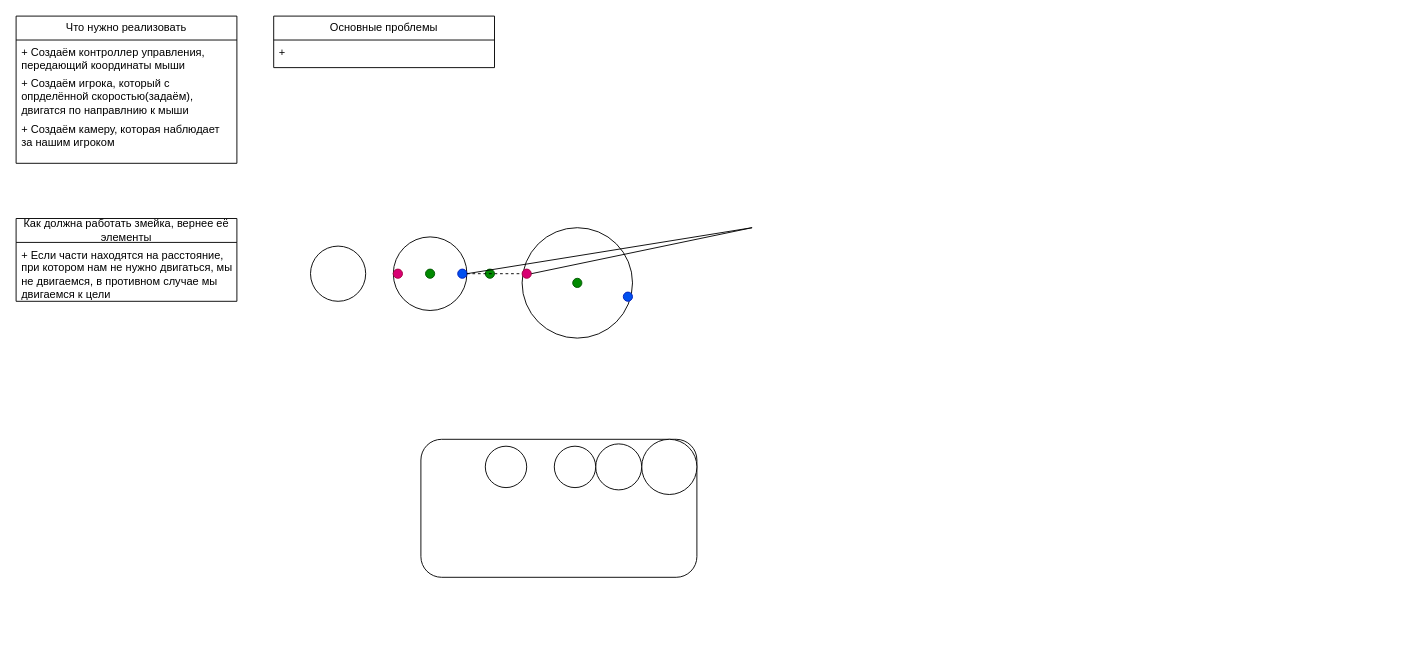
The draw.io diagram SnakeIOWithBall2048.drawio in Bablakov/SnakeIOWithBall2048, before the edit. Source tidied: cells renumbered, new cells numbered last; positions are measured from the earlier drawing's top-left corner, leaving out a move shared by most shapes. Both pictures are drawn from the tidied source at 92%, with x=0, y=0 at pixel (16, 16).
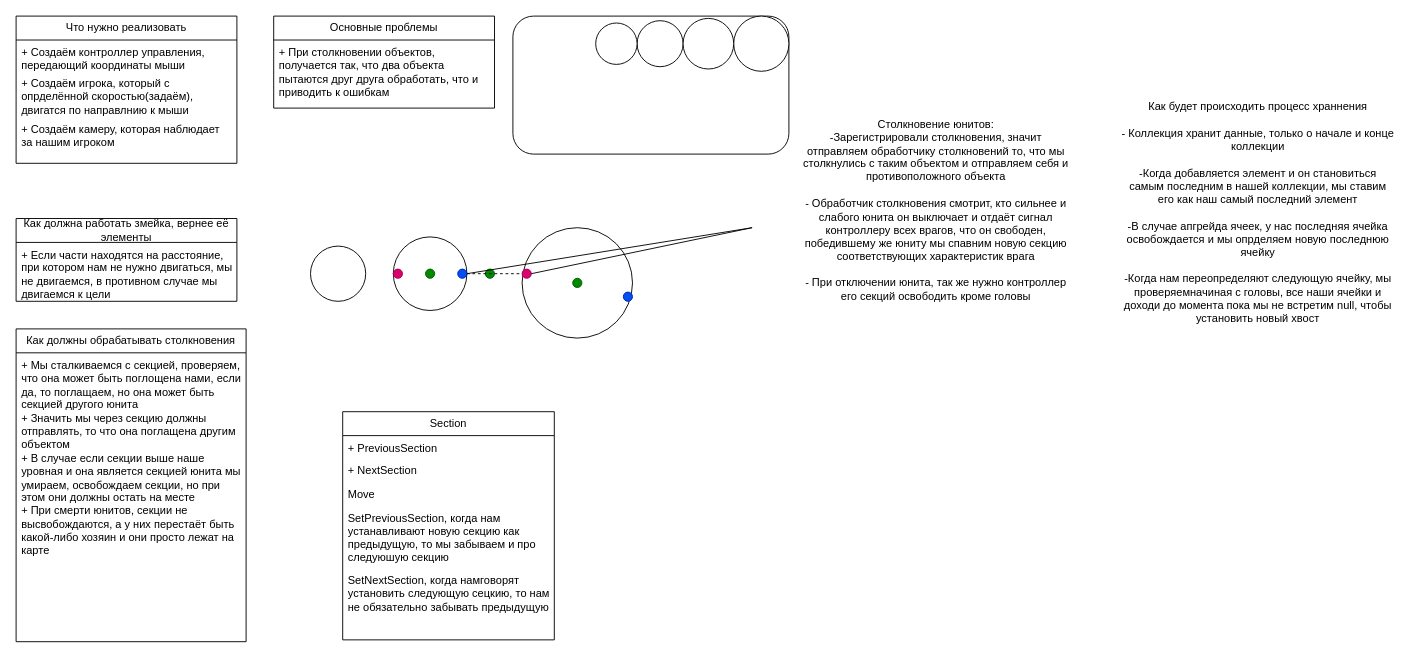
Above is the later version.

The edit, as a diff of the source:
```diff
@@
     <mxCell id="6" value="Основные проблемы" style="swimlane;fontStyle=0;horizontal=1;startSize=26;fillColor=none;whiteSpace=wrap;html=1;" parent="1" vertex="1">
-      <mxGeometry x="280" width="240" height="56" as="geometry" />
+      <mxGeometry x="280" width="240" height="100" as="geometry" />
     </mxCell>
-    <mxCell id="7" value="+" style="text;strokeColor=none;fillColor=none;align=left;verticalAlign=top;spacingLeft=4;spacingRight=4;overflow=hidden;whiteSpace=wrap;html=1;" parent="6" vertex="1">
-      <mxGeometry y="26" width="240" height="30" as="geometry" />
+    <mxCell id="7" value="+ При столкновении объектов, получается так, что два объекта пытаются друг друга обработать, что и приводить к ошибкам" style="text;strokeColor=none;fillColor=none;align=left;verticalAlign=top;spacingLeft=4;spacingRight=4;overflow=hidden;whiteSpace=wrap;html=1;" parent="6" vertex="1">
+      <mxGeometry y="26" width="240" height="74" as="geometry" />
     </mxCell>
@@
     <mxCell id="23" style="rounded=1;whiteSpace=wrap;html=1;" parent="1" vertex="1">
-      <mxGeometry x="440" y="460" width="300" height="150" as="geometry" />
+      <mxGeometry x="540" width="300" height="150" as="geometry" />
     </mxCell>
     <mxCell id="24" style="ellipse;whiteSpace=wrap;html=1;" parent="1" vertex="1">
-      <mxGeometry x="680" y="460" width="60" height="60" as="geometry" />
+      <mxGeometry x="780" width="60" height="60" as="geometry" />
     </mxCell>
     <mxCell id="25" style="ellipse;whiteSpace=wrap;html=1;" parent="1" vertex="1">
-      <mxGeometry x="630" y="465" width="50" height="50" as="geometry" />
+      <mxGeometry x="675" y="5" width="50" height="50" as="geometry" />
     </mxCell>
     <mxCell id="26" style="ellipse;whiteSpace=wrap;html=1;" parent="1" vertex="1">
-      <mxGeometry x="510" y="467.5" width="45" height="45" as="geometry" />
+      <mxGeometry x="725" y="2.5" width="55" height="55" as="geometry" />
     </mxCell>
     <mxCell id="27" style="ellipse;whiteSpace=wrap;html=1;" parent="1" vertex="1">
-      <mxGeometry x="585" y="467.5" width="45" height="45" as="geometry" />
+      <mxGeometry x="630" y="7.5" width="45" height="45" as="geometry" />
     </mxCell>
+    <mxCell id="28" value="Как должны обрабатывать столкновения" style="swimlane;fontStyle=0;horizontal=1;startSize=26;fillColor=none;whiteSpace=wrap;html=1;" parent="1" vertex="1">
+      <mxGeometry y="340" width="250" height="340" as="geometry" />
+    </mxCell>
+    <mxCell id="29" value="+ Мы сталкиваемся с секцией, проверяем, что она может быть поглощена нами, если да, то поглащаем, но она может быть секцией другого юнита&lt;div&gt;+ Значить мы через секцию должны отправлять, то что она поглащена другим объектом&lt;/div&gt;&lt;div&gt;+ В случае если секции выше наше уровная и она является секцией юнита мы умираем, освобождаем секции, но при этом они должны остать на месте&lt;/div&gt;&lt;div&gt;+ При смерти юнитов, секции не высвобождаются, а у них перестаёт быть какой-либо хозяин и они просто лежат на карте&lt;/div&gt;" style="text;strokeColor=none;fillColor=none;align=left;verticalAlign=top;spacingLeft=4;spacingRight=4;overflow=hidden;whiteSpace=wrap;html=1;" parent="28" vertex="1">
+      <mxGeometry y="26" width="250" height="314" as="geometry" />
+    </mxCell>
+    <mxCell id="30" value="Section" style="swimlane;fontStyle=0;horizontal=1;startSize=26;fillColor=none;whiteSpace=wrap;html=1;" parent="1" vertex="1">
+      <mxGeometry x="355" y="430" width="230" height="248" as="geometry" />
+    </mxCell>
+    <mxCell id="31" value="+ PreviousSection" style="text;strokeColor=none;fillColor=none;align=left;verticalAlign=top;spacingLeft=4;spacingRight=4;overflow=hidden;whiteSpace=wrap;html=1;" parent="30" vertex="1">
+      <mxGeometry y="26" width="230" height="24" as="geometry" />
+    </mxCell>
+    <mxCell id="32" value="+ NextSection" style="text;strokeColor=none;fillColor=none;align=left;verticalAlign=top;spacingLeft=4;spacingRight=4;overflow=hidden;whiteSpace=wrap;html=1;" parent="30" vertex="1">
+      <mxGeometry y="50" width="230" height="26" as="geometry" />
+    </mxCell>
+    <mxCell id="33" value="Move" style="text;strokeColor=none;fillColor=none;align=left;verticalAlign=top;spacingLeft=4;spacingRight=4;overflow=hidden;whiteSpace=wrap;html=1;" parent="30" vertex="1">
+      <mxGeometry y="76" width="230" height="26" as="geometry" />
+    </mxCell>
+    <mxCell id="34" value="SetPreviousSection, когда нам устанавливают новую секцию как предыдущую, то мы забываем и про следуюшую секцию" style="text;strokeColor=none;fillColor=none;align=left;verticalAlign=top;spacingLeft=4;spacingRight=4;overflow=hidden;whiteSpace=wrap;html=1;" parent="30" vertex="1">
+      <mxGeometry y="102" width="230" height="68" as="geometry" />
+    </mxCell>
+    <mxCell id="35" value="SetNextSection, когда намговорят установить следующую сецкию, то нам не обязательно забывать предыдущую" style="text;strokeColor=none;fillColor=none;align=left;verticalAlign=top;spacingLeft=4;spacingRight=4;overflow=hidden;whiteSpace=wrap;html=1;" parent="30" vertex="1">
+      <mxGeometry y="170" width="230" height="78" as="geometry" />
+    </mxCell>
+    <mxCell id="36" value="Столкновение юнитов:&lt;div&gt;-Зарегистрировали столкновения, значит отправляем обработчику столкновений то, что мы столкнулись с таким объектом и отправляем себя и противоположного объекта&lt;/div&gt;&lt;div&gt;&lt;br&gt;&lt;/div&gt;&lt;div&gt;- Обработчик столкновения смотрит, кто сильнее и слабого юнита он выключает и отдаёт сигнал контроллеру всех врагов, что он свободен, победившему же юниту мы спавним новую секцию соответствующих характеристик врага&lt;/div&gt;&lt;div&gt;&lt;br&gt;&lt;/div&gt;&lt;div&gt;- При отключении юнита, так же нужно контроллер его секций освободить кроме головы&lt;/div&gt;" style="text;html=1;align=center;verticalAlign=middle;whiteSpace=wrap;rounded=0;" parent="1" vertex="1">
+      <mxGeometry x="850" y="2.5" width="300" height="417.5" as="geometry" />
+    </mxCell>
+    <mxCell id="37" value="&lt;div&gt;Как будет происходить процесс храннения&lt;/div&gt;&lt;div&gt;&lt;br&gt;&lt;/div&gt;&lt;div&gt;- Коллекция хранит данные, только о начале и конце коллекции&lt;/div&gt;&lt;div&gt;&lt;br&gt;&lt;/div&gt;&lt;div&gt;-Когда добавляется элемент и он становиться самым последним в нашей коллекции, мы ставим его как наш самый последний элемент&lt;/div&gt;&lt;div&gt;&lt;br&gt;&lt;/div&gt;&lt;div&gt;-В случае апгрейда ячеек, у нас последняя ячейка освобождается и мы опрделяем новую последнюю ячейку&lt;/div&gt;&lt;div&gt;&lt;br&gt;&lt;/div&gt;&lt;div&gt;-Когда нам переопределяют следующую ячейку, мы проверяемначиная с головы, все наши ячейки и доходи до момента пока мы не встретим null, чтобы установить новый хвост&lt;/div&gt;" style="text;html=1;align=center;verticalAlign=middle;whiteSpace=wrap;rounded=0;" parent="1" vertex="1">
+      <mxGeometry x="1200" y="2.5" width="300" height="423.8" as="geometry" />
+    </mxCell>
```
